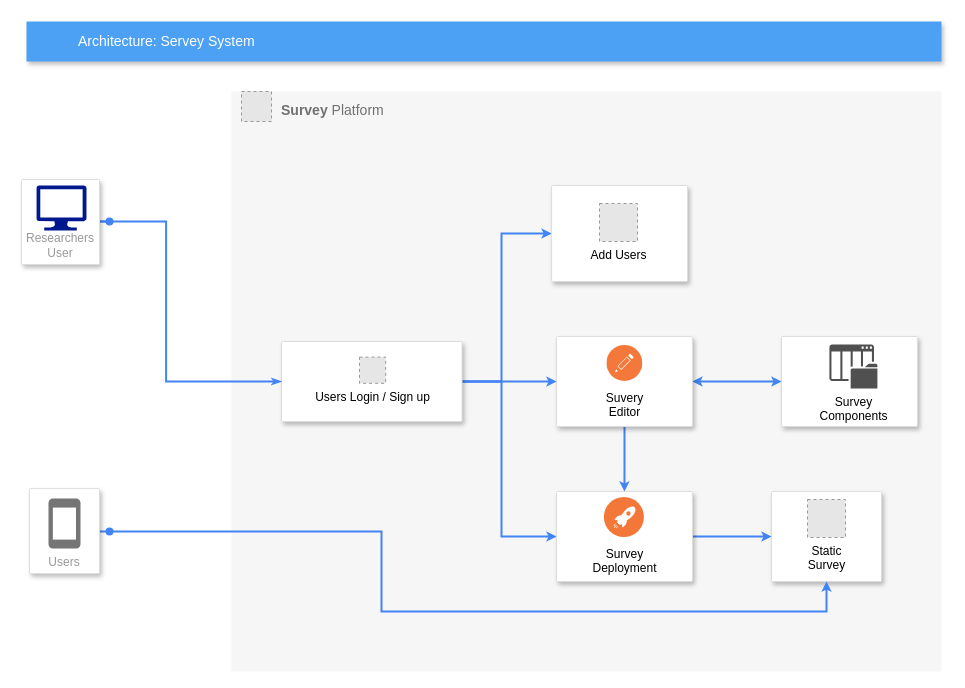
This is diagrams/simpleSurvey.drawio from tempest2023/SimpleSurvey, a draw.io file, before an edit. Source tidied: cells renumbered, new cells numbered last; positions are measured from the earlier drawing's top-left corner, leaving out a move shared by most shapes. Both pictures are drawn from the tidied source at 100%, with x=0, y=0 at pixel (21, 21). Pictures stored in the file or linked from it are replaced by grey dashed boxes.
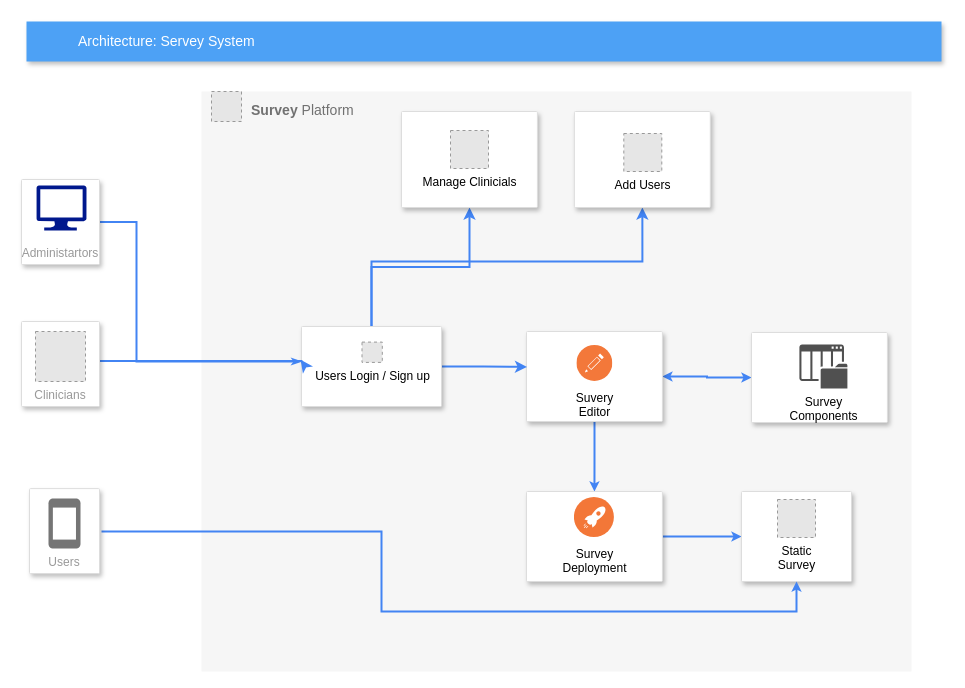
The same page after the edit.

Unchanged cells that the change refers to:
```xml
<mxCell id="16" style="strokeColor=#dddddd;fillColor=#ffffff;shadow=1;strokeWidth=1;rounded=1;absoluteArcSize=1;arcSize=2;fontSize=14;fontColor=#808080;align=left;html=1;" parent="2" vertex="1">
  <mxGeometry x="325" y="400" width="135.9" height="90" as="geometry" />
</mxCell>
<mxCell id="18" style="strokeColor=#dddddd;fillColor=#ffffff;shadow=1;strokeWidth=1;rounded=1;absoluteArcSize=1;arcSize=2;fontSize=14;fontColor=#808080;align=left;html=1;" parent="2" vertex="1">
  <mxGeometry x="540" y="400" width="110" height="90" as="geometry" />
</mxCell>
```

Diff of the diagram source:
```diff
@@
     <mxCell id="2" value="&lt;b&gt;Survey&lt;/b&gt;&amp;nbsp;Platform" style="fillColor=#F6F6F6;strokeColor=none;shadow=0;gradientColor=none;fontSize=14;align=left;spacing=10;fontColor=#717171;9E9E9E;verticalAlign=top;spacingTop=-4;fontStyle=0;spacingLeft=40;html=1;" parent="1" vertex="1">
-      <mxGeometry x="210" y="70" width="710" height="580" as="geometry" />
+      <mxGeometry x="180" y="70" width="710" height="580" as="geometry" />
     </mxCell>
@@
     <mxCell id="5" style="strokeColor=#dddddd;fillColor=#ffffff;shadow=1;strokeWidth=1;rounded=1;absoluteArcSize=1;arcSize=2;fontSize=14;fontColor=#808080;align=left;html=1;" parent="2" vertex="1">
-      <mxGeometry x="325" y="245" width="135.9" height="90" as="geometry" />
+      <mxGeometry x="325" y="240" width="135.9" height="90" as="geometry" />
     </mxCell>
-    <mxCell id="6" style="edgeStyle=orthogonalEdgeStyle;fontSize=12;html=1;endArrow=classic;endFill=1;rounded=0;strokeWidth=2;endSize=4;startSize=4;dashed=0;strokeColor=#4284F3;startArrow=none;startFill=0;" parent="2" edge="1" source="9" target="5">
-      <mxGeometry relative="1" as="geometry">
-        <Array as="points">
-          <mxPoint x="280" y="290" />
-          <mxPoint x="280" y="290" />
-        </Array>
-      </mxGeometry>
+    <mxCell id="6" style="edgeStyle=orthogonalEdgeStyle;rounded=0;jettySize=auto;html=1;entryX=0.004;entryY=0.394;entryDx=0;entryDy=0;entryPerimeter=0;strokeColor=#4284F3;strokeWidth=2;startSize=4;" parent="2" edge="1" source="9" target="5">
+      <mxGeometry relative="1" as="geometry" />
     </mxCell>
+    <mxCell id="31" style="edgeStyle=orthogonalEdgeStyle;rounded=0;jettySize=auto;html=1;strokeColor=#4284F3;strokeWidth=2;startSize=4;" parent="2" edge="1" source="9" target="34">
+      <mxGeometry relative="1" as="geometry" />
+    </mxCell>
-    <mxCell id="7" style="edgeStyle=orthogonalEdgeStyle;rounded=0;jettySize=auto;html=1;entryX=0;entryY=0.5;entryDx=0;entryDy=0;fontColor=#000000;startArrow=none;startFill=0;endArrow=classic;endFill=1;endSize=4;startSize=4;strokeWidth=2;strokeColor=#4284F3;" parent="2" edge="1" source="9" target="13">
+    <mxCell id="7" style="edgeStyle=orthogonalEdgeStyle;rounded=0;jettySize=auto;html=1;entryX=0.5;entryY=1;entryDx=0;entryDy=0;strokeColor=#4284F3;strokeWidth=2;startSize=4;" parent="2" edge="1" source="9" target="13">
       <mxGeometry relative="1" as="geometry">
         <Array as="points">
-          <mxPoint x="270" y="290" />
-          <mxPoint x="270" y="142" />
+          <mxPoint x="170" y="170" />
+          <mxPoint x="441" y="170" />
         </Array>
       </mxGeometry>
     </mxCell>
-    <mxCell id="8" style="edgeStyle=orthogonalEdgeStyle;rounded=0;jettySize=auto;html=1;entryX=0;entryY=0.5;entryDx=0;entryDy=0;strokeColor=#4284F3;strokeWidth=2;fontColor=#000000;startArrow=none;startFill=0;endArrow=classic;endFill=1;startSize=4;endSize=4;" parent="2" edge="1" source="9" target="16">
-      <mxGeometry relative="1" as="geometry">
-        <Array as="points">
-          <mxPoint x="270" y="290" />
-          <mxPoint x="270" y="445" />
-        </Array>
-      </mxGeometry>
-    </mxCell>
     <mxCell id="9" style="strokeColor=#dddddd;fillColor=#ffffff;shadow=1;strokeWidth=1;rounded=1;absoluteArcSize=1;arcSize=2;fontSize=14;fontColor=#808080;align=left;html=1;" parent="2" vertex="1">
-      <mxGeometry x="50" y="250" width="180.5" height="80" as="geometry" />
+      <mxGeometry x="100" y="235" width="140" height="80" as="geometry" />
     </mxCell>
     <mxCell id="10" value="Users Login / Sign up" style="fillColor=#E6E6E6;strokeColor=#999999;dashed=1;html=1;verticalAlign=top;verticalLabelPosition=bottom;labelBackgroundColor=#ffffff;" parent="9" vertex="1">
-      <mxGeometry x="78" y="15.6" width="26.2" height="26.2" as="geometry" />
+      <mxGeometry x="60.5" y="15.6" width="20.3" height="20.3" as="geometry" />
     </mxCell>
-    <mxCell id="11" style="edgeStyle=orthogonalEdgeStyle;fontSize=12;html=1;endArrow=none;endFill=0;rounded=0;strokeWidth=2;endSize=6;startSize=4;dashed=0;strokeColor=#4284F3;exitX=0;exitY=0.5;exitDx=0;exitDy=0;startArrow=classicThin;startFill=1;" parent="2" edge="1" source="9">
+    <mxCell id="11" style="edgeStyle=orthogonalEdgeStyle;fontSize=12;html=1;endArrow=none;endFill=0;rounded=0;strokeWidth=2;endSize=6;startSize=4;dashed=0;strokeColor=#4284F3;startArrow=classicThin;startFill=1;entryX=1;entryY=0.5;entryDx=0;entryDy=0;" parent="2" edge="1" target="26">
       <mxGeometry relative="1" as="geometry">
-        <mxPoint x="-205.1" y="130" as="targetPoint" />
+        <mxPoint x="100" y="270" as="sourcePoint" />
         <Array as="points">
-          <mxPoint x="-65.4" y="290" />
-          <mxPoint x="-65.4" y="130" />
+          <mxPoint x="-65" y="270" />
+          <mxPoint x="-65" y="130" />
         </Array>
       </mxGeometry>
     </mxCell>
@@
-    <mxCell id="13" style="strokeColor=#dddddd;fillColor=#ffffff;shadow=1;strokeWidth=1;rounded=1;absoluteArcSize=1;arcSize=2;fontSize=14;fontColor=#808080;align=left;html=1;" parent="2" vertex="1">
-      <mxGeometry x="320.1" y="94" width="135.9" height="96" as="geometry" />
-    </mxCell>
-    <mxCell id="14" value="Add Users" style="fillColor=#E6E6E6;strokeColor=#999999;dashed=1;html=1;verticalAlign=top;verticalLabelPosition=bottom;labelBackgroundColor=#ffffff;" parent="2" vertex="1">
-      <mxGeometry x="368" y="112" width="38" height="38" as="geometry" />
-    </mxCell>
@@
     <mxCell id="21" style="strokeColor=#dddddd;fillColor=#ffffff;shadow=1;strokeWidth=1;rounded=1;absoluteArcSize=1;arcSize=2;fontSize=14;fontColor=#808080;align=left;html=1;" parent="2" vertex="1">
-      <mxGeometry x="550" y="245" width="135.9" height="90" as="geometry" />
+      <mxGeometry x="550" y="241" width="135.9" height="90" as="geometry" />
     </mxCell>
@@
+    <mxCell id="32" style="group;" parent="2" vertex="1">
+      <mxGeometry x="372.9" y="20" width="135.9" height="96" as="geometry" />
+    </mxCell>
+    <mxCell id="13" style="strokeColor=#dddddd;fillColor=#ffffff;shadow=1;strokeWidth=1;rounded=1;absoluteArcSize=1;arcSize=2;fontSize=14;fontColor=#808080;align=left;html=1;" parent="32" vertex="1">
+      <mxGeometry width="135.9" height="96" as="geometry" />
+    </mxCell>
+    <mxCell id="14" value="Add Users" style="fillColor=#E6E6E6;strokeColor=#999999;dashed=1;html=1;verticalAlign=top;verticalLabelPosition=bottom;labelBackgroundColor=#ffffff;" parent="32" vertex="1">
+      <mxGeometry x="49.4" y="22" width="38" height="38" as="geometry" />
+    </mxCell>
+    <mxCell id="33" style="group;" parent="2" vertex="1">
+      <mxGeometry x="200" y="20" width="135.9" height="96" as="geometry" />
+    </mxCell>
+    <mxCell id="34" style="strokeColor=#dddddd;fillColor=#ffffff;shadow=1;strokeWidth=1;rounded=1;absoluteArcSize=1;arcSize=2;fontSize=14;fontColor=#808080;align=left;html=1;" parent="33" vertex="1">
+      <mxGeometry width="135.9" height="96" as="geometry" />
+    </mxCell>
+    <mxCell id="35" value="Manage Clinicials" style="fillColor=#E6E6E6;strokeColor=#999999;dashed=1;html=1;verticalAlign=top;verticalLabelPosition=bottom;labelBackgroundColor=#ffffff;" parent="33" vertex="1">
+      <mxGeometry x="49" y="19" width="38" height="38" as="geometry" />
+    </mxCell>
@@
-    <mxCell id="24" style="edgeStyle=elbowEdgeStyle;fontSize=12;html=1;endArrow=oval;endFill=1;rounded=0;strokeWidth=2;endSize=6;startSize=4;dashed=0;strokeColor=#4284F3;elbow=vertical;" parent="1" edge="1">
-      <mxGeometry relative="1" as="geometry">
-        <mxPoint x="78" y="200" as="sourcePoint" />
-        <mxPoint x="88" y="200" as="targetPoint" />
-      </mxGeometry>
-    </mxCell>
-    <mxCell id="25" style="edgeStyle=elbowEdgeStyle;fontSize=12;html=1;endArrow=oval;endFill=1;rounded=0;strokeWidth=2;endSize=6;startSize=4;dashed=0;strokeColor=#4284F3;elbow=vertical;" parent="1" edge="1">
-      <mxGeometry relative="1" as="geometry">
-        <mxPoint x="78" y="510" as="sourcePoint" />
-        <mxPoint x="88" y="510" as="targetPoint" />
-      </mxGeometry>
-    </mxCell>
-    <mxCell id="26" value="Researchers&lt;br&gt;User" style="strokeColor=#dddddd;fillColor=#ffffff;shadow=1;strokeWidth=1;rounded=1;absoluteArcSize=1;arcSize=2;labelPosition=center;verticalLabelPosition=middle;align=center;verticalAlign=bottom;spacingLeft=0;fontColor=#999999;fontSize=12;whiteSpace=wrap;spacingBottom=2;html=1;" parent="1" vertex="1">
+    <mxCell id="26" value="Administartors" style="strokeColor=#dddddd;fillColor=#ffffff;shadow=1;strokeWidth=1;rounded=1;absoluteArcSize=1;arcSize=2;labelPosition=center;verticalLabelPosition=middle;align=center;verticalAlign=bottom;spacingLeft=0;fontColor=#999999;fontSize=12;whiteSpace=wrap;spacingBottom=2;html=1;" parent="1" vertex="1">
       <mxGeometry y="158" width="78" height="85" as="geometry" />
     </mxCell>
     <mxCell id="27" style="edgeStyle=orthogonalEdgeStyle;rounded=0;jettySize=auto;html=1;entryX=0.5;entryY=1;entryDx=0;entryDy=0;strokeColor=#4284F3;strokeWidth=2;fontColor=#000000;startArrow=none;startFill=0;endArrow=classic;endFill=1;startSize=4;endSize=4;" parent="1" edge="1" target="18">
       <mxGeometry relative="1" as="geometry">
-        <mxPoint x="90" y="510" as="sourcePoint" />
+        <mxPoint x="80" y="510" as="sourcePoint" />
         <Array as="points">
           <mxPoint x="360" y="510" />
           <mxPoint x="360" y="590" />
-          <mxPoint x="805" y="590" />
+          <mxPoint x="775" y="590" />
         </Array>
       </mxGeometry>
     </mxCell>
@@
+    <mxCell id="36" style="edgeStyle=orthogonalEdgeStyle;rounded=0;jettySize=auto;html=1;strokeColor=#4284F3;strokeWidth=2;startSize=4;entryX=-0.006;entryY=0.418;entryDx=0;entryDy=0;entryPerimeter=0;" parent="1" edge="1" target="9">
+      <mxGeometry relative="1" as="geometry">
+        <mxPoint x="78" y="339.6" as="sourcePoint" />
+        <Array as="points">
+          <mxPoint x="280" y="340" />
+          <mxPoint x="280" y="340" />
+        </Array>
+      </mxGeometry>
+    </mxCell>
+    <mxCell id="37" value="Clinicians" style="strokeColor=#dddddd;fillColor=#ffffff;shadow=1;strokeWidth=1;rounded=1;absoluteArcSize=1;arcSize=2;labelPosition=center;verticalLabelPosition=middle;align=center;verticalAlign=bottom;spacingLeft=0;fontColor=#999999;fontSize=12;whiteSpace=wrap;spacingBottom=2;html=1;" parent="1" vertex="1">
+      <mxGeometry y="300" width="78" height="85" as="geometry" />
+    </mxCell>
+    <mxCell id="38" style="fillColor=#E6E6E6;strokeColor=#999999;dashed=1;html=1;verticalAlign=top;verticalLabelPosition=bottom;labelBackgroundColor=#ffffff;" parent="1" vertex="1">
+      <mxGeometry x="14" y="310" width="50" height="50" as="geometry" />
+    </mxCell>
```
